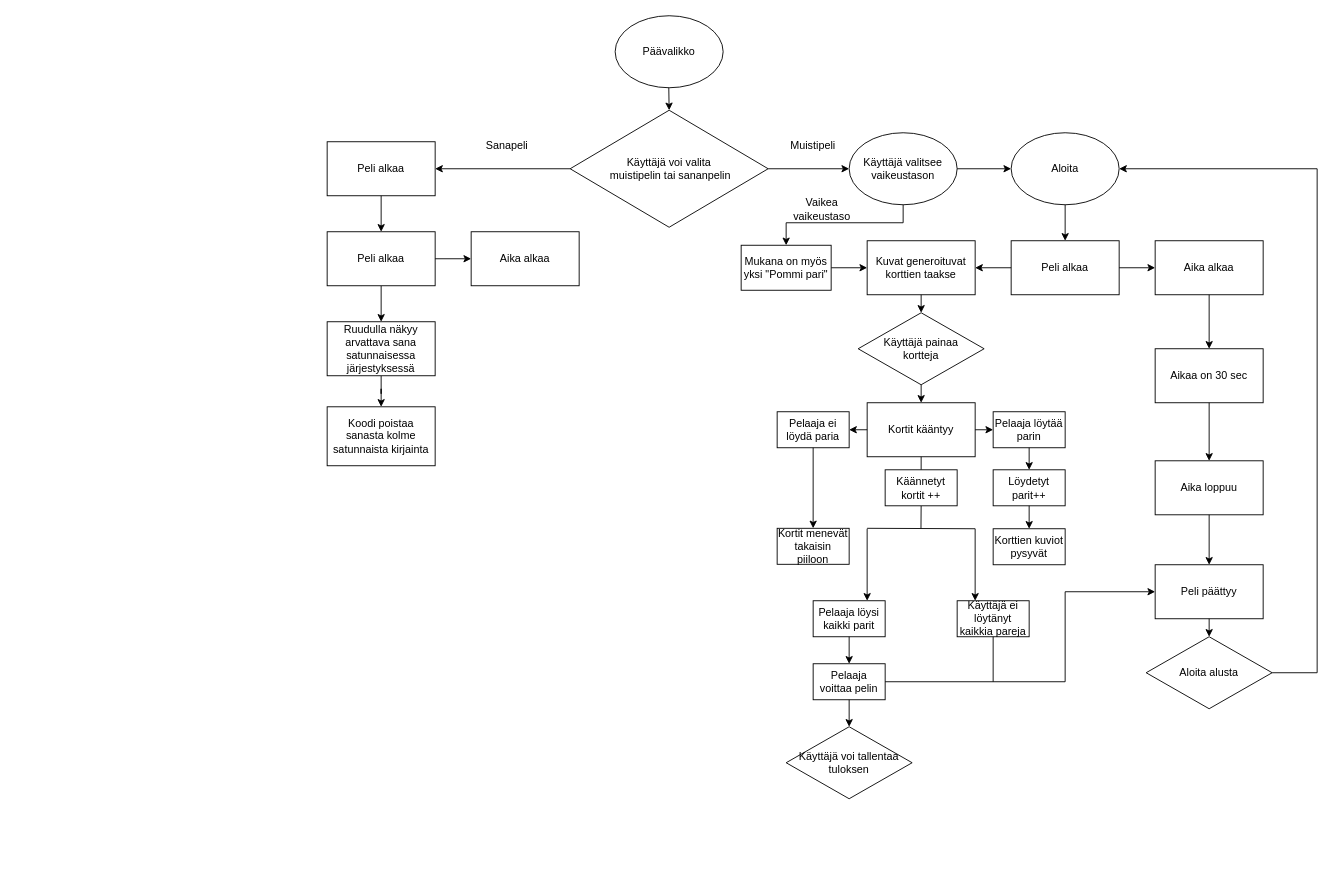
The draw.io diagram Vuokaavio.drawio in Hamppi990/Muistipeli1, before the edit. Source tidied: cells renumbered, new cells numbered last; positions are measured from the earlier drawing's top-left corner, leaving out a move shared by most shapes. Both pictures are drawn from the tidied source at 90%, with x=0, y=0 at pixel (327, 15).
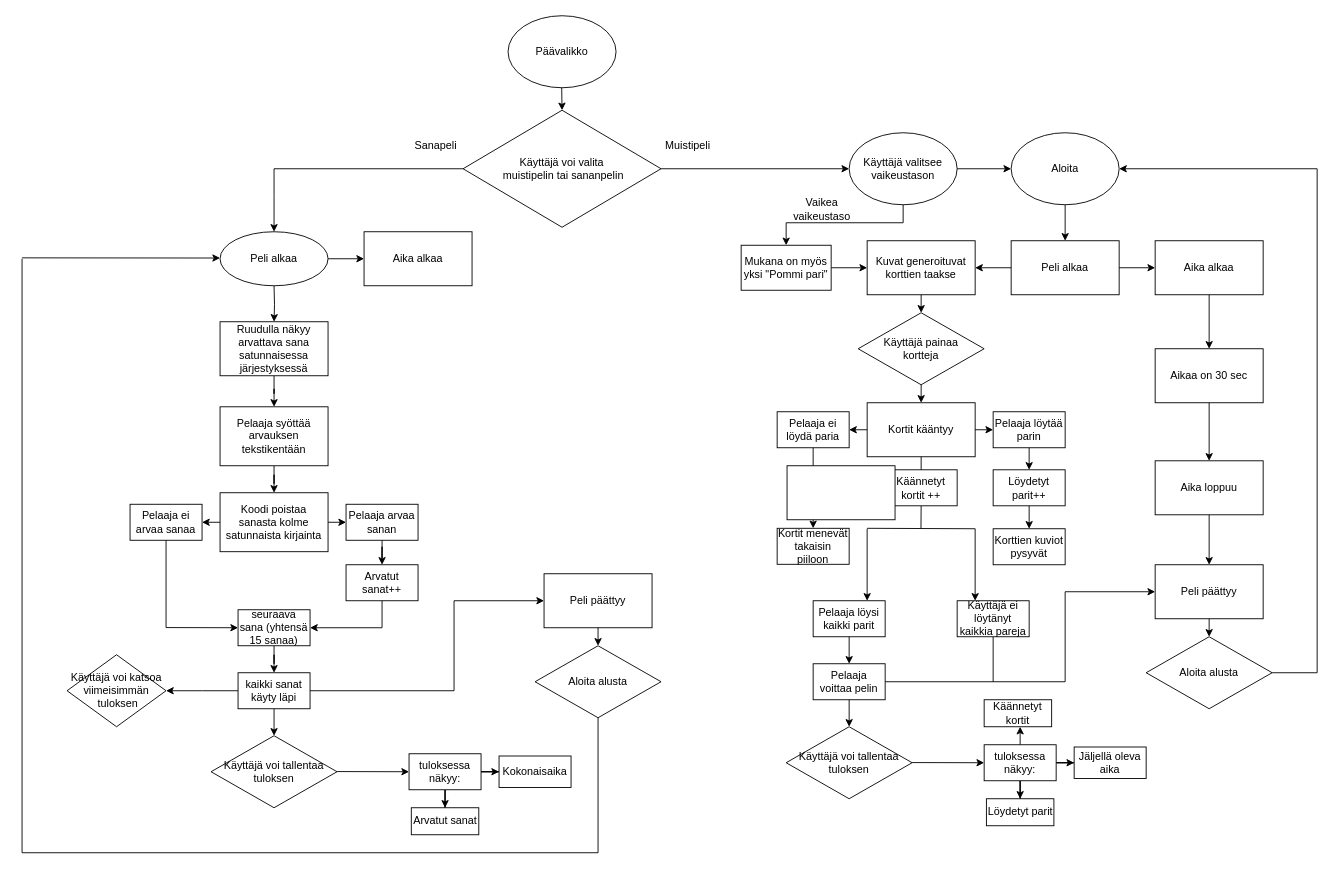
Above is the later version.

What changed in the source:
```diff
@@
     <mxCell id="46" value="Käyttäjä voi valita&lt;br&gt;&amp;nbsp;muistipelin tai sananpelin" style="rhombus;whiteSpace=wrap;html=1;" parent="1" vertex="1">
-      <mxGeometry x="270" y="105" width="220" height="130" as="geometry" />
+      <mxGeometry x="151" y="105" width="220" height="130" as="geometry" />
     </mxCell>
     <mxCell id="47" value="Päävalikko" style="ellipse;whiteSpace=wrap;html=1;" parent="1" vertex="1">
-      <mxGeometry x="320" width="120" height="80" as="geometry" />
+      <mxGeometry x="201" width="120" height="80" as="geometry" />
     </mxCell>
@@
     <mxCell id="49" value="Muistipeli" style="text;html=1;strokeColor=none;fillColor=none;align=center;verticalAlign=middle;whiteSpace=wrap;rounded=0;" parent="1" vertex="1">
-      <mxGeometry x="510" y="130" width="60" height="30" as="geometry" />
+      <mxGeometry x="371" y="130" width="60" height="30" as="geometry" />
     </mxCell>
     <mxCell id="50" value="Sanapeli" style="text;html=1;strokeColor=none;fillColor=none;align=center;verticalAlign=middle;whiteSpace=wrap;rounded=0;" parent="1" vertex="1">
-      <mxGeometry x="170" y="130" width="60" height="30" as="geometry" />
+      <mxGeometry x="91" y="130" width="60" height="30" as="geometry" />
     </mxCell>
-    <mxCell id="51" style="endArrow=classic;html=1;rounded=0;exitX=0;exitY=0.5;exitDx=0;exitDy=0;" parent="1" edge="1" source="46">
-      <mxGeometry relative="1" as="geometry">
-        <mxPoint x="120" y="170" as="targetPoint" />
-      </mxGeometry>
-    </mxCell>
     <mxCell id="52" style="endArrow=classic;html=1;rounded=0;exitX=0.5;exitY=1;exitDx=0;exitDy=0;entryX=0.5;entryY=0;entryDx=0;entryDy=0;" parent="1" edge="1" target="46">
       <mxGeometry relative="1" as="geometry">
-        <mxPoint x="379.6" y="80" as="sourcePoint" />
+        <mxPoint x="260.6" y="80" as="sourcePoint" />
       </mxGeometry>
     </mxCell>
-    <mxCell id="53" value="Peli alkaa" style="rounded=0;whiteSpace=wrap;html=1;" parent="1" vertex="1">
-      <mxGeometry y="140" width="120" height="60" as="geometry" />
-    </mxCell>
@@
-    <mxCell id="66" style="endArrow=classic;html=1;rounded=0;exitX=0.5;exitY=1;exitDx=0;exitDy=0;entryX=0.5;entryY=0;entryDx=0;entryDy=0;" parent="1" edge="1" target="68">
+    <mxCell id="66" style="endArrow=classic;html=1;rounded=0;exitX=0.5;exitY=1;exitDx=0;exitDy=0;entryX=0.5;entryY=0;entryDx=0;entryDy=0;" parent="1" edge="1">
       <mxGeometry relative="1" as="geometry">
-        <mxPoint x="60" y="200" as="sourcePoint" />
+        <mxPoint x="-59" y="200" as="sourcePoint" />
+        <mxPoint x="-59" y="240" as="targetPoint" />
       </mxGeometry>
     </mxCell>
-    <mxCell id="67" style="edgeStyle=orthogonalEdgeStyle;rounded=0;jettySize=auto;html=1;entryX=0.5;entryY=0;entryDx=0;entryDy=0;" parent="1" edge="1" source="68" target="72">
-      <mxGeometry relative="1" as="geometry" />
+    <mxCell id="67" style="edgeStyle=orthogonalEdgeStyle;rounded=0;jettySize=auto;html=1;entryX=0.5;entryY=0;entryDx=0;entryDy=0;" parent="1" edge="1" target="72">
+      <mxGeometry relative="1" as="geometry">
+        <mxPoint x="-59" y="300" as="sourcePoint" />
+      </mxGeometry>
     </mxCell>
-    <mxCell id="68" value="Peli alkaa" style="rounded=0;whiteSpace=wrap;html=1;" parent="1" vertex="1">
-      <mxGeometry y="240" width="120" height="60" as="geometry" />
-    </mxCell>
     <mxCell id="69" value="Aika alkaa" style="rounded=0;whiteSpace=wrap;html=1;" parent="1" vertex="1">
-      <mxGeometry x="160" y="240" width="120" height="60" as="geometry" />
+      <mxGeometry x="41" y="240" width="120" height="60" as="geometry" />
     </mxCell>
     <mxCell id="70" style="endArrow=classic;html=1;rounded=0;entryX=0;entryY=0.5;entryDx=0;entryDy=0;" parent="1" edge="1" target="69">
       <mxGeometry relative="1" as="geometry">
-        <mxPoint x="120" y="270" as="sourcePoint" />
+        <mxPoint x="1" y="270" as="sourcePoint" />
       </mxGeometry>
     </mxCell>
@@
     <mxCell id="72" value="Ruudulla näkyy arvattava sana satunnaisessa järjestyksessä" style="rounded=0;whiteSpace=wrap;html=1;" parent="1" vertex="1">
-      <mxGeometry y="340" width="120" height="60" as="geometry" />
+      <mxGeometry x="-119" y="340" width="120" height="60" as="geometry" />
     </mxCell>
+    <mxCell id="74" style="edgeStyle=orthogonalEdgeStyle;rounded=0;jettySize=auto;html=1;entryX=0.5;entryY=0;entryDx=0;entryDy=0;" parent="1" edge="1" source="73" target="82">
+      <mxGeometry relative="1" as="geometry" />
+    </mxCell>
-    <mxCell id="73" value="Koodi poistaa sanasta kolme satunnaista kirjainta" style="rounded=0;whiteSpace=wrap;html=1;" parent="1" vertex="1">
-      <mxGeometry y="434.5" width="120" height="65.5" as="geometry" />
+    <mxCell id="73" value="Pelaaja syöttää arvauksen tekstikentään" style="rounded=0;whiteSpace=wrap;html=1;" parent="1" vertex="1">
+      <mxGeometry x="-119" y="434.5" width="120" height="65.5" as="geometry" />
     </mxCell>
+    <mxCell id="75" style="endArrow=none;html=1;rounded=0;entryX=0;entryY=0.5;entryDx=0;entryDy=0;" parent="1" edge="1" target="46">
+      <mxGeometry relative="1" as="geometry">
+        <mxPoint x="-59" y="170" as="sourcePoint" />
+      </mxGeometry>
+    </mxCell>
+    <mxCell id="76" style="endArrow=none;html=1;rounded=0;" parent="1" edge="1">
+      <mxGeometry relative="1" as="geometry">
+        <mxPoint x="-59" y="170" as="sourcePoint" />
+        <mxPoint x="-59" y="200" as="targetPoint" />
+      </mxGeometry>
+    </mxCell>
+    <mxCell id="77" value="Pelaaja ei arvaa sanaa" style="rounded=0;whiteSpace=wrap;html=1;" parent="1" vertex="1">
+      <mxGeometry x="-219" y="542.8" width="80" height="40" as="geometry" />
+    </mxCell>
+    <mxCell id="78" style="edgeStyle=orthogonalEdgeStyle;rounded=0;jettySize=auto;html=1;entryX=0.5;entryY=0;entryDx=0;entryDy=0;" parent="1" edge="1" source="79" target="83">
+      <mxGeometry relative="1" as="geometry" />
+    </mxCell>
+    <mxCell id="79" value="Pelaaja arvaa sanan" style="rounded=0;whiteSpace=wrap;html=1;" parent="1" vertex="1">
+      <mxGeometry x="21" y="542.8" width="80" height="40" as="geometry" />
+    </mxCell>
+    <mxCell id="80" style="endArrow=classic;html=1;rounded=0;exitX=1;exitY=0.5;exitDx=0;exitDy=0;entryX=0;entryY=0.5;entryDx=0;entryDy=0;" parent="1" edge="1">
+      <mxGeometry relative="1" as="geometry">
+        <mxPoint x="1" y="562.8" as="sourcePoint" />
+        <mxPoint x="21" y="562.8" as="targetPoint" />
+      </mxGeometry>
+    </mxCell>
+    <mxCell id="81" style="endArrow=classic;html=1;rounded=0;entryX=1;entryY=0.5;entryDx=0;entryDy=0;" parent="1" edge="1" target="77">
+      <mxGeometry relative="1" as="geometry">
+        <mxPoint x="-119" y="562.8" as="sourcePoint" />
+      </mxGeometry>
+    </mxCell>
+    <mxCell id="82" value="Koodi poistaa sanasta kolme satunnaista kirjainta" style="rounded=0;whiteSpace=wrap;html=1;" parent="1" vertex="1">
+      <mxGeometry x="-119" y="530" width="120" height="65.5" as="geometry" />
+    </mxCell>
+    <mxCell id="83" value="Arvatut sanat++" style="rounded=0;whiteSpace=wrap;html=1;" parent="1" vertex="1">
+      <mxGeometry x="21" y="610" width="80" height="40" as="geometry" />
+    </mxCell>
+    <mxCell id="84" style="edgeStyle=orthogonalEdgeStyle;rounded=0;jettySize=auto;html=1;entryX=0.5;entryY=0;entryDx=0;entryDy=0;" parent="1" edge="1" source="85" target="91">
+      <mxGeometry relative="1" as="geometry" />
+    </mxCell>
+    <mxCell id="85" value="seuraava sana (yhtensä 15 sanaa)" style="rounded=0;whiteSpace=wrap;html=1;" parent="1" vertex="1">
+      <mxGeometry x="-99" y="660" width="80" height="40" as="geometry" />
+    </mxCell>
+    <mxCell id="86" style="endArrow=none;html=1;rounded=0;entryX=0.5;entryY=1;entryDx=0;entryDy=0;" parent="1" edge="1" target="83">
+      <mxGeometry relative="1" as="geometry">
+        <mxPoint x="61" y="680" as="sourcePoint" />
+      </mxGeometry>
+    </mxCell>
+    <mxCell id="87" style="endArrow=classic;html=1;rounded=0;entryX=1;entryY=0.5;entryDx=0;entryDy=0;" parent="1" edge="1" target="85">
+      <mxGeometry relative="1" as="geometry">
+        <mxPoint x="61" y="680" as="sourcePoint" />
+      </mxGeometry>
+    </mxCell>
+    <mxCell id="88" style="endArrow=none;html=1;rounded=0;entryX=0.5;entryY=1;entryDx=0;entryDy=0;" parent="1" edge="1" target="77">
+      <mxGeometry relative="1" as="geometry">
+        <mxPoint x="-179" y="679.8" as="sourcePoint" />
+      </mxGeometry>
+    </mxCell>
+    <mxCell id="89" style="endArrow=classic;html=1;rounded=0;entryX=0;entryY=0.5;entryDx=0;entryDy=0;" parent="1" edge="1" target="85">
+      <mxGeometry relative="1" as="geometry">
+        <mxPoint x="-179" y="679.8" as="sourcePoint" />
+      </mxGeometry>
+    </mxCell>
+    <mxCell id="90" style="edgeStyle=orthogonalEdgeStyle;rounded=0;jettySize=auto;html=1;entryX=0.5;entryY=0;entryDx=0;entryDy=0;" parent="1" edge="1" source="91">
+      <mxGeometry relative="1" as="geometry">
+        <mxPoint x="-59" y="800" as="targetPoint" />
+      </mxGeometry>
+    </mxCell>
+    <mxCell id="91" value="kaikki sanat käyty läpi" style="rounded=0;whiteSpace=wrap;html=1;" parent="1" vertex="1">
+      <mxGeometry x="-99" y="730" width="80" height="40" as="geometry" />
+    </mxCell>
+    <mxCell id="92" value="Käyttäjä voi tallentaa tuloksen" style="rhombus;whiteSpace=wrap;html=1;" parent="1" vertex="1">
+      <mxGeometry x="-129" y="800" width="140" height="80" as="geometry" />
+    </mxCell>
+    <mxCell id="93" style="endArrow=none;html=1;rounded=0;exitX=1;exitY=0.5;exitDx=0;exitDy=0;" parent="1" edge="1">
+      <mxGeometry relative="1" as="geometry">
+        <mxPoint x="-19" y="750" as="sourcePoint" />
+        <mxPoint x="141" y="750" as="targetPoint" />
+      </mxGeometry>
+    </mxCell>
+    <mxCell id="94" style="endArrow=none;html=1;rounded=0;" parent="1" edge="1">
+      <mxGeometry relative="1" as="geometry">
+        <mxPoint x="141" y="750" as="sourcePoint" />
+        <mxPoint x="141" y="650" as="targetPoint" />
+      </mxGeometry>
+    </mxCell>
+    <mxCell id="95" style="endArrow=classic;html=1;rounded=0;entryX=0;entryY=0.5;entryDx=0;entryDy=0;" parent="1" edge="1">
+      <mxGeometry relative="1" as="geometry">
+        <mxPoint x="141" y="650" as="sourcePoint" />
+        <mxPoint x="241" y="650" as="targetPoint" />
+      </mxGeometry>
+    </mxCell>
+    <mxCell id="96" value="Peli päättyy" style="rounded=0;whiteSpace=wrap;html=1;" parent="1" vertex="1">
+      <mxGeometry x="241" y="620" width="120" height="60" as="geometry" />
+    </mxCell>
+    <mxCell id="97" value="Aloita alusta" style="rhombus;whiteSpace=wrap;html=1;" parent="1" vertex="1">
+      <mxGeometry x="231" y="700" width="140" height="80" as="geometry" />
+    </mxCell>
+    <mxCell id="98" style="endArrow=classic;html=1;rounded=0;exitX=0.5;exitY=1;exitDx=0;exitDy=0;entryX=0.5;entryY=0;entryDx=0;entryDy=0;" parent="1" edge="1" target="97">
+      <mxGeometry relative="1" as="geometry">
+        <mxPoint x="301" y="680" as="sourcePoint" />
+      </mxGeometry>
+    </mxCell>
+    <mxCell id="99" style="endArrow=none;html=1;rounded=0;exitX=1;exitY=0.5;exitDx=0;exitDy=0;" parent="1" edge="1">
+      <mxGeometry relative="1" as="geometry">
+        <mxPoint x="301" y="780" as="sourcePoint" />
+        <mxPoint x="301" y="930" as="targetPoint" />
+      </mxGeometry>
+    </mxCell>
+    <mxCell id="100" style="endArrow=none;html=1;rounded=0;" parent="1" edge="1">
+      <mxGeometry relative="1" as="geometry">
+        <mxPoint x="-339" y="930" as="sourcePoint" />
+        <mxPoint x="301" y="930" as="targetPoint" />
+      </mxGeometry>
+    </mxCell>
+    <mxCell id="101" style="edgeStyle=orthogonalEdgeStyle;rounded=0;jettySize=auto;html=1;exitX=0;exitY=0.5;exitDx=0;exitDy=0;" parent="1" edge="1" source="91">
+      <mxGeometry relative="1" as="geometry">
+        <mxPoint x="-179" y="750" as="targetPoint" />
+      </mxGeometry>
+    </mxCell>
+    <mxCell id="102" value="Käyttäjä voi katsoa viimeisimmän&lt;br&gt;&amp;nbsp;tuloksen" style="rhombus;whiteSpace=wrap;html=1;" parent="1" vertex="1">
+      <mxGeometry x="-289" y="710" width="110" height="80" as="geometry" />
+    </mxCell>
+    <mxCell id="103" style="endArrow=none;html=1;rounded=0;" parent="1" edge="1">
+      <mxGeometry relative="1" as="geometry">
+        <mxPoint x="-339" y="270" as="sourcePoint" />
+        <mxPoint x="-339" y="930" as="targetPoint" />
+      </mxGeometry>
+    </mxCell>
+    <mxCell id="104" style="endArrow=classic;html=1;rounded=0;entryX=0;entryY=0.5;entryDx=0;entryDy=0;" parent="1" edge="1">
+      <mxGeometry relative="1" as="geometry">
+        <mxPoint x="-339" y="269" as="sourcePoint" />
+        <mxPoint x="-119" y="269.2" as="targetPoint" />
+      </mxGeometry>
+    </mxCell>
+    <mxCell id="105" style="edgeStyle=orthogonalEdgeStyle;rounded=0;jettySize=auto;html=1;" parent="1" edge="1" source="107" target="110">
+      <mxGeometry relative="1" as="geometry" />
+    </mxCell>
+    <mxCell id="106" style="edgeStyle=orthogonalEdgeStyle;rounded=0;jettySize=auto;html=1;" parent="1" edge="1" source="107" target="109">
+      <mxGeometry relative="1" as="geometry" />
+    </mxCell>
+    <mxCell id="107" value="tuloksessa näkyy:" style="rounded=0;whiteSpace=wrap;html=1;" parent="1" vertex="1">
+      <mxGeometry x="91" y="820" width="80" height="40" as="geometry" />
+    </mxCell>
+    <mxCell id="108" style="endArrow=classic;html=1;rounded=0;entryX=0;entryY=0.5;entryDx=0;entryDy=0;" parent="1" edge="1" target="107">
+      <mxGeometry relative="1" as="geometry">
+        <mxPoint x="11" y="839.8" as="sourcePoint" />
+      </mxGeometry>
+    </mxCell>
+    <mxCell id="109" value="Arvatut sanat" style="rounded=0;whiteSpace=wrap;html=1;" parent="1" vertex="1">
+      <mxGeometry x="93.5" y="880" width="75" height="30" as="geometry" />
+    </mxCell>
+    <mxCell id="110" value="Kokonaisaika" style="rounded=0;whiteSpace=wrap;html=1;" parent="1" vertex="1">
+      <mxGeometry x="191" y="822.5" width="80" height="35" as="geometry" />
+    </mxCell>
+    <mxCell id="111" style="edgeStyle=orthogonalEdgeStyle;rounded=0;jettySize=auto;html=1;" parent="1" edge="1" source="114" target="117">
+      <mxGeometry relative="1" as="geometry" />
+    </mxCell>
+    <mxCell id="112" style="edgeStyle=orthogonalEdgeStyle;rounded=0;jettySize=auto;html=1;" parent="1" edge="1" source="114" target="116">
+      <mxGeometry relative="1" as="geometry" />
+    </mxCell>
+    <mxCell id="113" style="edgeStyle=orthogonalEdgeStyle;rounded=0;jettySize=auto;html=1;" parent="1" edge="1" source="114" target="118">
+      <mxGeometry relative="1" as="geometry">
+        <Array as="points">
+          <mxPoint x="771" y="790" />
+          <mxPoint x="771" y="790" />
+        </Array>
+      </mxGeometry>
+    </mxCell>
+    <mxCell id="114" value="tuloksessa näkyy:" style="rounded=0;whiteSpace=wrap;html=1;" parent="1" vertex="1">
+      <mxGeometry x="730" y="810" width="80" height="40" as="geometry" />
+    </mxCell>
+    <mxCell id="115" style="endArrow=classic;html=1;rounded=0;entryX=0;entryY=0.5;entryDx=0;entryDy=0;" parent="1" edge="1" target="114">
+      <mxGeometry relative="1" as="geometry">
+        <mxPoint x="650" y="829.8" as="sourcePoint" />
+      </mxGeometry>
+    </mxCell>
+    <mxCell id="116" value="Löydetyt parit" style="rounded=0;whiteSpace=wrap;html=1;" parent="1" vertex="1">
+      <mxGeometry x="732.5" y="870" width="75" height="30" as="geometry" />
+    </mxCell>
+    <mxCell id="117" value="Jäljellä oleva aika" style="rounded=0;whiteSpace=wrap;html=1;" parent="1" vertex="1">
+      <mxGeometry x="830" y="812.5" width="80" height="35" as="geometry" />
+    </mxCell>
+    <mxCell id="118" value="Käännetyt kortit" style="rounded=0;whiteSpace=wrap;html=1;" parent="1" vertex="1">
+      <mxGeometry x="730" y="760" width="75" height="30" as="geometry" />
+    </mxCell>
+    <mxCell id="119" value="Peli alkaa" style="ellipse;whiteSpace=wrap;html=1;" parent="1" vertex="1">
+      <mxGeometry x="-119" y="240" width="120" height="60" as="geometry" />
+    </mxCell>
+    <mxCell id="120" style="whiteSpace=wrap;html=1;" parent="1" vertex="1">
+      <mxGeometry x="511" y="500" width="120" height="60" as="geometry" />
+    </mxCell>
```
